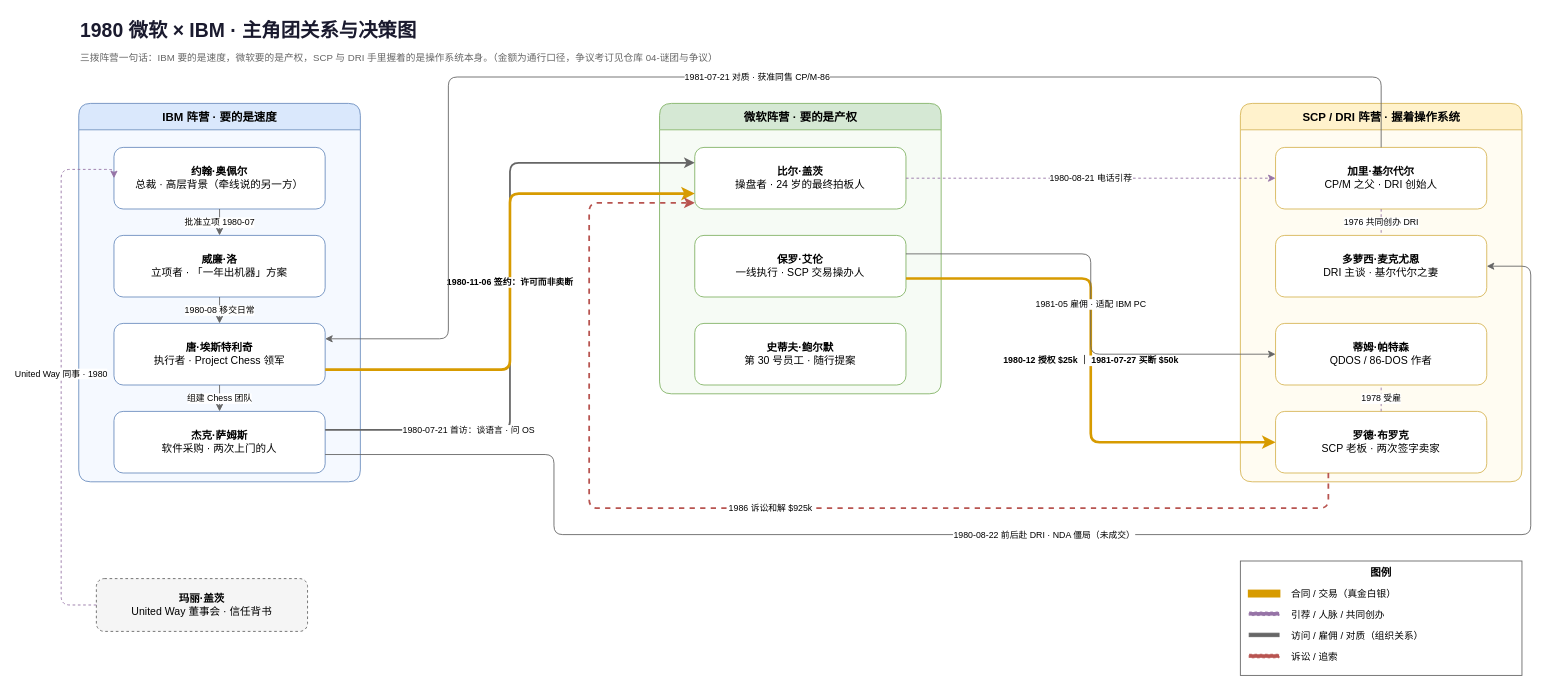
Above: 01-人物档案/人物关系图.drawio in Artemis-Zeus/microsoft-ibm-1980 (draw.io), before the change. Source tidied: cells renumbered, new cells numbered last; positions are measured from the earlier drawing's top-left corner, leaving out a move shared by most shapes. Both pictures are drawn from the tidied source at 88%, with x=0, y=0 at pixel (61, 15).
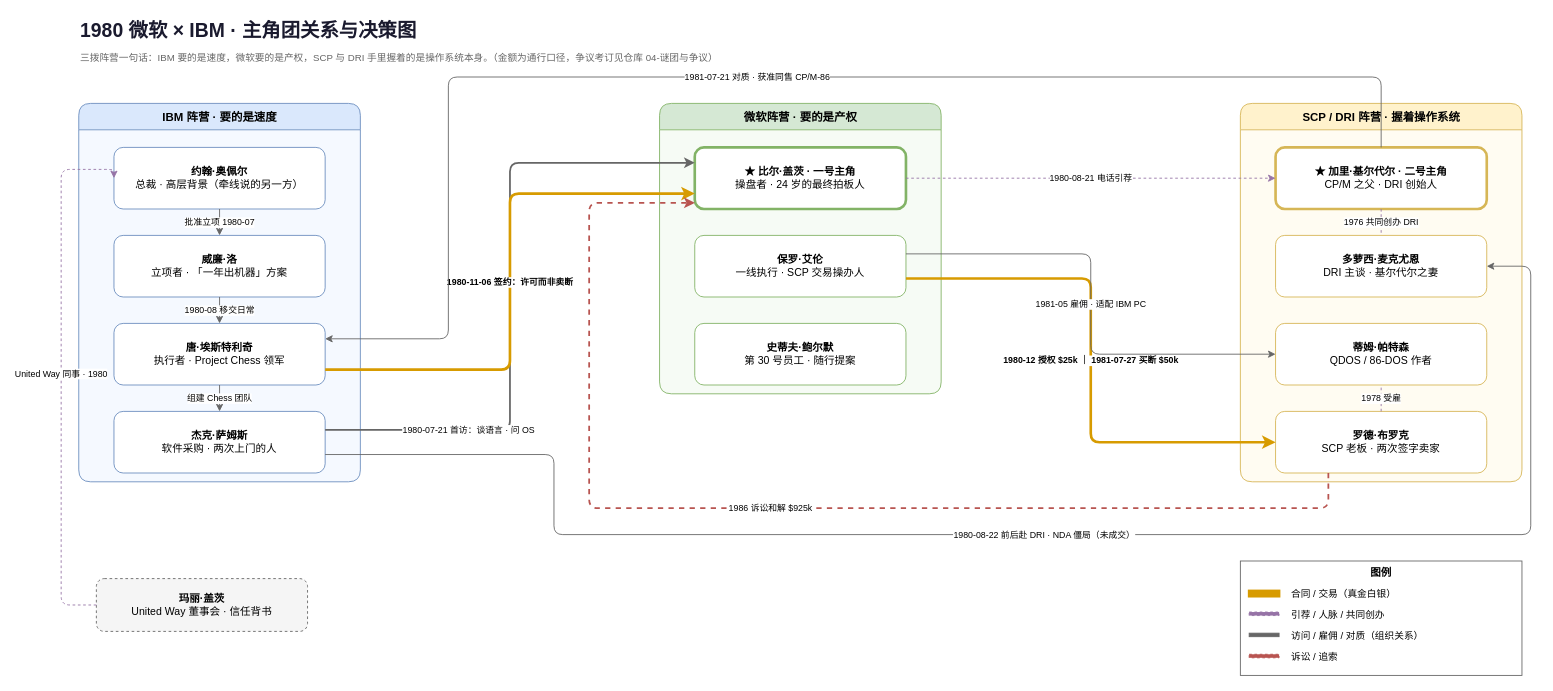
The same diagram, later.

The change refers to these unchanged cells:
```xml
<mxCell id="9" value="微软阵营 · 要的是产权" style="swimlane;startSize=30;html=1;rounded=1;fillColor=#d5e8d4;strokeColor=#82b366;fontStyle=1;fontSize=13;swimlaneFillColor=#f6fbf5;" parent="1" vertex="1">
  <mxGeometry x="680" y="100" width="320" height="330" as="geometry" />
</mxCell>
<mxCell id="13" value="SCP / DRI 阵营 · 握着操作系统" style="swimlane;startSize=30;html=1;rounded=1;fillColor=#fff2cc;strokeColor=#d6b656;fontStyle=1;fontSize=13;swimlaneFillColor=#fffcf2;" parent="1" vertex="1">
  <mxGeometry x="1340" y="100" width="320" height="430" as="geometry" />
</mxCell>
```

The edit, as a diff of the source:
```diff
@@
-    <mxCell id="10" value="&lt;b&gt;比尔·盖茨&lt;/b&gt;&#10;操盘者 · 24 岁的最终拍板人" style="rounded=1;whiteSpace=wrap;html=1;fillColor=#ffffff;strokeColor=#82b366;fontSize=12;" parent="9" vertex="1">
+    <mxCell id="10" value="&lt;b&gt;★ 比尔·盖茨 · 一号主角&lt;/b&gt;&#10;操盘者 · 24 岁的最终拍板人" style="rounded=1;whiteSpace=wrap;html=1;fillColor=#ffffff;strokeColor=#82b366;fontSize=12;strokeWidth=3;" parent="9" vertex="1">
       <mxGeometry x="40" y="50" width="240" height="70" as="geometry" />
     </mxCell>
@@
-    <mxCell id="14" value="&lt;b&gt;加里·基尔代尔&lt;/b&gt;&#10;CP/M 之父 · DRI 创始人" style="rounded=1;whiteSpace=wrap;html=1;fillColor=#ffffff;strokeColor=#d6b656;fontSize=12;" parent="13" vertex="1">
+    <mxCell id="14" value="&lt;b&gt;★ 加里·基尔代尔 · 二号主角&lt;/b&gt;&#10;CP/M 之父 · DRI 创始人" style="rounded=1;whiteSpace=wrap;html=1;fillColor=#ffffff;strokeColor=#d6b656;fontSize=12;strokeWidth=3;" parent="13" vertex="1">
       <mxGeometry x="40" y="50" width="240" height="70" as="geometry" />
     </mxCell>
```
